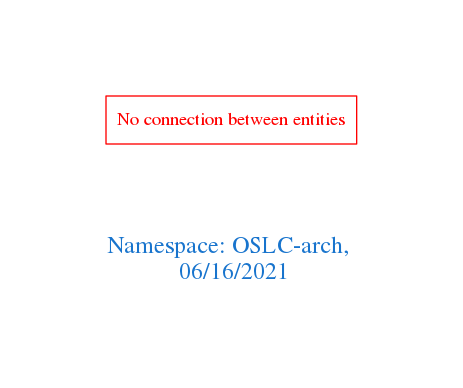
Before: downloads/OSLC-arch.png, a diagram exported from Graphviz (arago/OGIT). Its source is kept beside it as downloads/OSLC-arch.dot. Source of this version:
```dot
digraph OGIT_ontology {
 graph [ rankdir= LR,pad=1
fontsize = 18,
fontcolor= dodgerblue3,label = "\n\n\nNamespace: OSLC-arch, \n 06/16/2021"];
node[shape=polygon];
edge [  color="gray81"];

"No connection between entities" [fontcolor = "red",color="red", shape="polygon"]
}
```
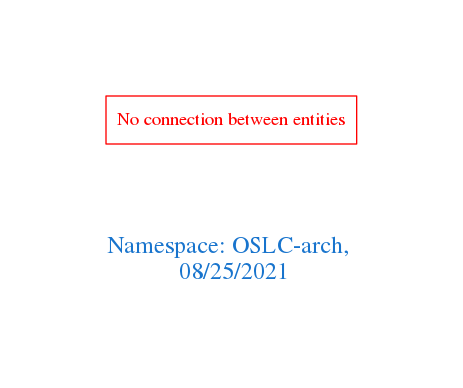
Above is the later version.

Diff of the diagram source:
```diff
@@ -1,7 +1,7 @@
 digraph OGIT_ontology {
  graph [ rankdir= LR,pad=1
 fontsize = 18,
-fontcolor= dodgerblue3,label = "\n\n\nNamespace: OSLC-arch, \n 06/16/2021"];
+fontcolor= dodgerblue3,label = "\n\n\nNamespace: OSLC-arch, \n 08/25/2021"];
 node[shape=polygon];
 edge [  color="gray81"];
 
```
